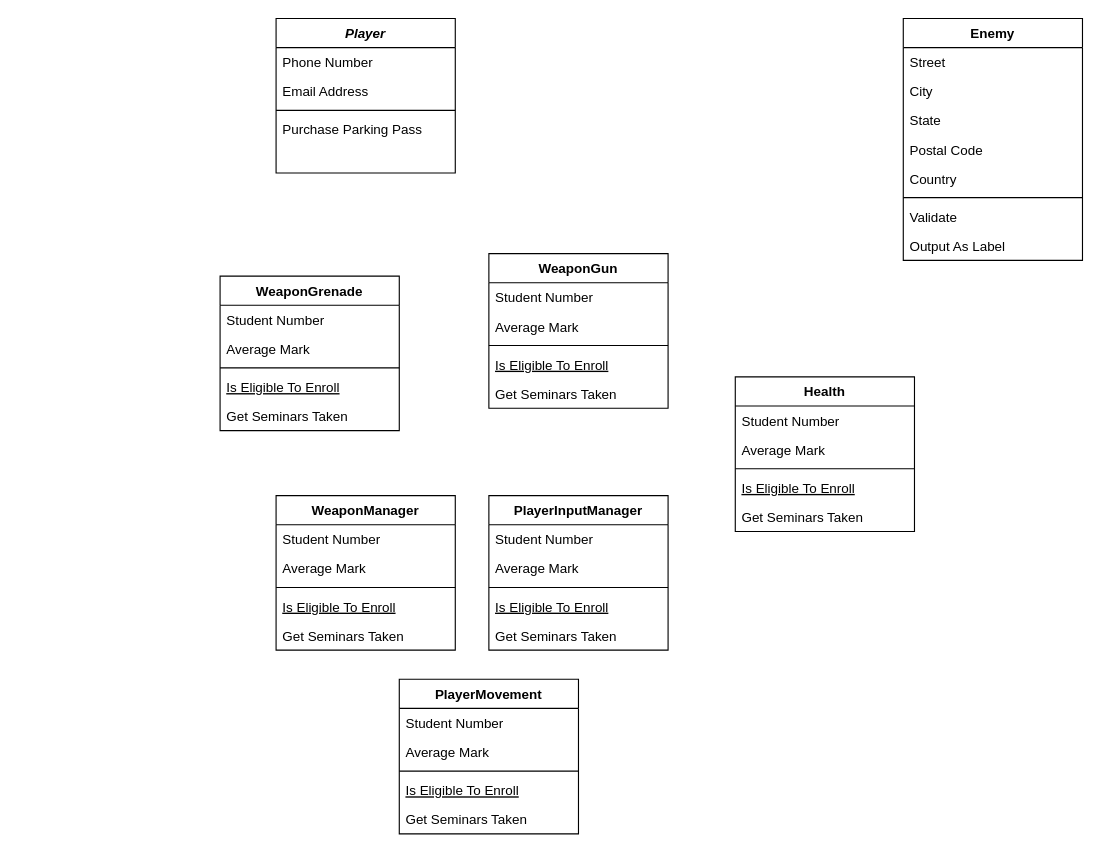
The draw.io diagram Entities.drawio in dana-jadzia/SGD213_Task-2-Wiki, before the edit. Source tidied: cells renumbered, new cells numbered last; positions are measured from the earlier drawing's top-left corner, leaving out a move shared by most shapes. Both pictures are drawn from the tidied source at 112%, with x=0, y=0 at pixel (220, 18).
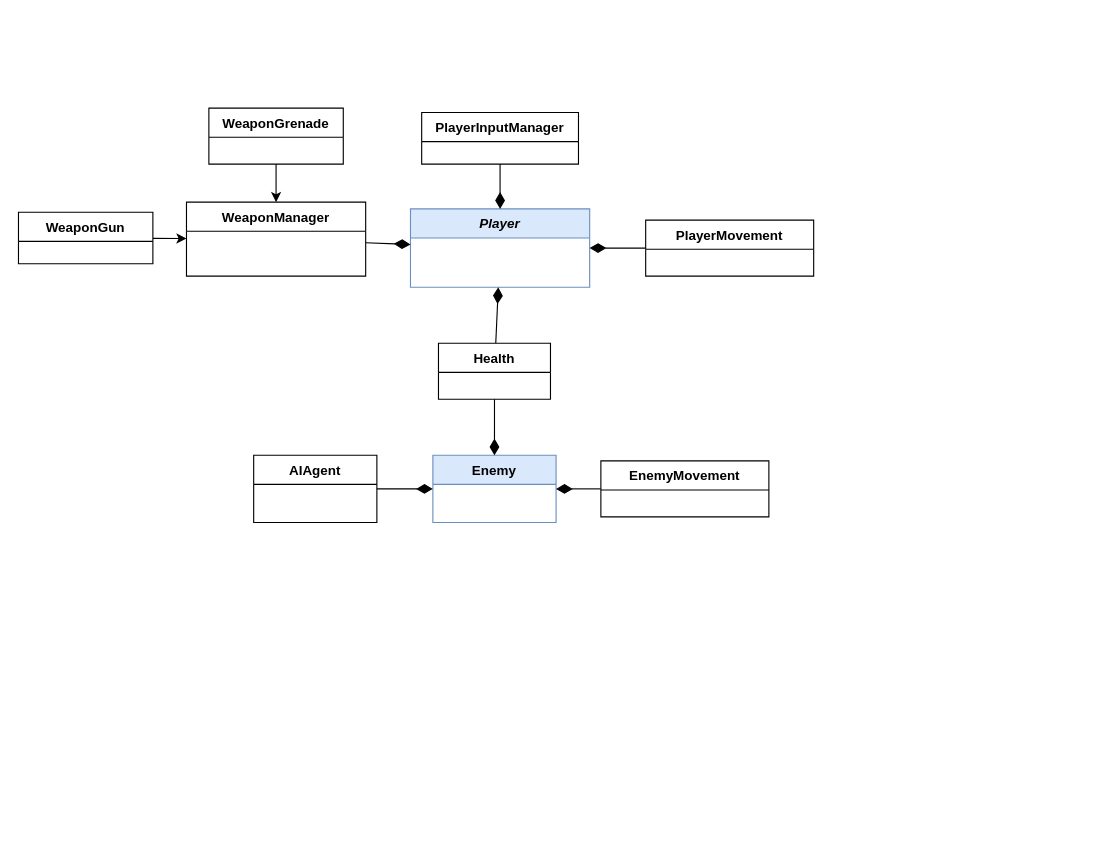
The same diagram, later.

Change to the diagram source:
```diff
@@
-    <mxCell id="2" value="Player" style="swimlane;fontStyle=3;align=center;verticalAlign=top;horizontal=1;startSize=26;rounded=0;shadow=0;strokeWidth=1;" parent="1" vertex="1">
-      <mxGeometry x="50" width="160" height="138" as="geometry" />
+    <mxCell id="2" value="Player" style="swimlane;fontStyle=3;align=center;verticalAlign=top;horizontal=1;startSize=26;rounded=0;shadow=0;strokeWidth=1;fillColor=#dae8fc;strokeColor=#6c8ebf;" parent="1" vertex="1">
+      <mxGeometry x="170" y="170" width="160" height="70" as="geometry" />
     </mxCell>
-    <mxCell id="3" value="Phone Number" style="text;align=left;verticalAlign=top;spacingLeft=4;spacingRight=4;overflow=hidden;rounded=0;shadow=0;html=0;" parent="2" vertex="1">
-      <mxGeometry y="26" width="160" height="26" as="geometry" />
-    </mxCell>
-    <mxCell id="4" value="Email Address" style="text;align=left;verticalAlign=top;spacingLeft=4;spacingRight=4;overflow=hidden;rounded=0;shadow=0;html=0;" parent="2" vertex="1">
-      <mxGeometry y="52" width="160" height="26" as="geometry" />
-    </mxCell>
-    <mxCell id="5" style="line;html=1;strokeWidth=1;align=left;verticalAlign=middle;spacingTop=-1;spacingLeft=3;spacingRight=3;labelPosition=right;" parent="2" vertex="1">
-      <mxGeometry y="78" width="160" height="8" as="geometry" />
-    </mxCell>
-    <mxCell id="6" value="Purchase Parking Pass" style="text;align=left;verticalAlign=top;spacingLeft=4;spacingRight=4;overflow=hidden;" parent="2" vertex="1">
-      <mxGeometry y="86" width="160" height="26" as="geometry" />
-    </mxCell>
+    <mxCell id="13" value="Enemy" style="swimlane;fontStyle=1;align=center;verticalAlign=top;horizontal=1;startSize=26;rounded=0;shadow=0;strokeWidth=1;fillColor=#dae8fc;strokeColor=#6c8ebf;" parent="1" vertex="1">
+      <mxGeometry x="190" y="390" width="110" height="60" as="geometry" />
+    </mxCell>
+    <mxCell id="52" style="edgeStyle=none;shape=connector;rounded=0;jettySize=auto;html=1;strokeColor=default;align=center;verticalAlign=middle;fontFamily=Helvetica;fontSize=11;fontColor=default;labelBackgroundColor=default;endArrow=classic;" parent="1" edge="1" source="22" target="34">
+      <mxGeometry relative="1" as="geometry" />
+    </mxCell>
+    <mxCell id="22" value="WeaponGun" style="swimlane;fontStyle=1;align=center;verticalAlign=top;horizontal=1;startSize=26;rounded=0;shadow=0;strokeWidth=1;" parent="1" vertex="1">
+      <mxGeometry x="-180" y="173" width="120" height="46" as="geometry" />
+    </mxCell>
+    <mxCell id="53" style="edgeStyle=none;shape=connector;rounded=0;jettySize=auto;html=1;strokeColor=default;align=center;verticalAlign=middle;fontFamily=Helvetica;fontSize=11;fontColor=default;labelBackgroundColor=default;endArrow=classic;" parent="1" edge="1" source="28" target="34">
+      <mxGeometry relative="1" as="geometry" />
+    </mxCell>
+    <mxCell id="28" value="WeaponGrenade" style="swimlane;fontStyle=1;align=center;verticalAlign=top;horizontal=1;startSize=26;rounded=0;shadow=0;strokeWidth=1;" parent="1" vertex="1">
+      <mxGeometry x="-10" y="80" width="120" height="50" as="geometry" />
+    </mxCell>
+    <mxCell id="54" style="rounded=0;jettySize=auto;html=1;endArrow=diamondThin;endFill=1;startSize=6;endSize=12;" parent="1" edge="1" source="34" target="2">
+      <mxGeometry relative="1" as="geometry" />
+    </mxCell>
+    <mxCell id="34" value="WeaponManager" style="swimlane;fontStyle=1;align=center;verticalAlign=top;horizontal=1;startSize=26;rounded=0;shadow=0;strokeWidth=1;" parent="1" vertex="1">
+      <mxGeometry x="-30" y="164" width="160" height="66" as="geometry" />
+    </mxCell>
+    <mxCell id="55" style="edgeStyle=none;shape=connector;rounded=0;jettySize=auto;html=1;strokeColor=default;align=center;verticalAlign=middle;fontFamily=Helvetica;fontSize=11;fontColor=default;labelBackgroundColor=default;endArrow=diamondThin;endFill=1;startSize=6;endSize=12;" parent="1" edge="1" source="40" target="2">
+      <mxGeometry relative="1" as="geometry" />
+    </mxCell>
+    <mxCell id="40" value="PlayerInputManager" style="swimlane;fontStyle=1;align=center;verticalAlign=top;horizontal=1;startSize=26;rounded=0;shadow=0;strokeWidth=1;" parent="1" vertex="1">
+      <mxGeometry x="180" y="84" width="140" height="46" as="geometry" />
+    </mxCell>
+    <mxCell id="56" style="edgeStyle=none;shape=connector;rounded=0;jettySize=auto;html=1;strokeColor=default;align=center;verticalAlign=middle;fontFamily=Helvetica;fontSize=11;fontColor=default;labelBackgroundColor=default;endArrow=diamondThin;endFill=1;startSize=6;endSize=12;" parent="1" edge="1" source="46" target="2">
+      <mxGeometry relative="1" as="geometry" />
+    </mxCell>
+    <mxCell id="46" value="PlayerMovement" style="swimlane;fontStyle=1;align=center;verticalAlign=top;horizontal=1;startSize=26;rounded=0;shadow=0;strokeWidth=1;" parent="1" vertex="1">
+      <mxGeometry x="380" y="180" width="150" height="50" as="geometry" />
+    </mxCell>
+    <mxCell id="57" style="edgeStyle=none;shape=connector;rounded=0;jettySize=auto;html=1;strokeColor=default;align=center;verticalAlign=middle;fontFamily=Helvetica;fontSize=11;fontColor=default;labelBackgroundColor=default;endArrow=diamondThin;endFill=1;startSize=6;endSize=12;" parent="1" edge="1" source="7" target="2">
+      <mxGeometry relative="1" as="geometry" />
+    </mxCell>
+    <mxCell id="58" style="edgeStyle=none;shape=connector;rounded=0;jettySize=auto;html=1;strokeColor=default;align=center;verticalAlign=middle;fontFamily=Helvetica;fontSize=11;fontColor=default;labelBackgroundColor=default;endArrow=diamondThin;endFill=1;startSize=6;endSize=12;" parent="1" edge="1" source="7" target="13">
+      <mxGeometry relative="1" as="geometry" />
+    </mxCell>
     <mxCell id="7" value="Health" style="swimlane;fontStyle=1;align=center;verticalAlign=top;horizontal=1;startSize=26;rounded=0;shadow=0;strokeWidth=1;" parent="1" vertex="1">
-      <mxGeometry x="460" y="320" width="160" height="138" as="geometry" />
+      <mxGeometry x="195" y="290" width="100" height="50" as="geometry" />
     </mxCell>
-    <mxCell id="8" value="Student Number" style="text;align=left;verticalAlign=top;spacingLeft=4;spacingRight=4;overflow=hidden;" parent="7" vertex="1">
-      <mxGeometry y="26" width="160" height="26" as="geometry" />
-    </mxCell>
-    <mxCell id="9" value="Average Mark" style="text;align=left;verticalAlign=top;spacingLeft=4;spacingRight=4;overflow=hidden;rounded=0;shadow=0;html=0;" parent="7" vertex="1">
-      <mxGeometry y="52" width="160" height="26" as="geometry" />
-    </mxCell>
-    <mxCell id="10" style="line;html=1;strokeWidth=1;align=left;verticalAlign=middle;spacingTop=-1;spacingLeft=3;spacingRight=3;labelPosition=right;" parent="7" vertex="1">
-      <mxGeometry y="78" width="160" height="8" as="geometry" />
-    </mxCell>
-    <mxCell id="11" value="Is Eligible To Enroll" style="text;align=left;verticalAlign=top;spacingLeft=4;spacingRight=4;overflow=hidden;fontStyle=4;" parent="7" vertex="1">
-      <mxGeometry y="86" width="160" height="26" as="geometry" />
-    </mxCell>
-    <mxCell id="12" value="Get Seminars Taken" style="text;align=left;verticalAlign=top;spacingLeft=4;spacingRight=4;overflow=hidden;" parent="7" vertex="1">
-      <mxGeometry y="112" width="160" height="26" as="geometry" />
-    </mxCell>
-    <mxCell id="13" value="Enemy" style="swimlane;fontStyle=1;align=center;verticalAlign=top;horizontal=1;startSize=26;rounded=0;shadow=0;strokeWidth=1;" parent="1" vertex="1">
-      <mxGeometry x="610" width="160" height="216" as="geometry" />
-    </mxCell>
-    <mxCell id="14" value="Street" style="text;align=left;verticalAlign=top;spacingLeft=4;spacingRight=4;overflow=hidden;" parent="13" vertex="1">
-      <mxGeometry y="26" width="160" height="26" as="geometry" />
-    </mxCell>
-    <mxCell id="15" value="City" style="text;align=left;verticalAlign=top;spacingLeft=4;spacingRight=4;overflow=hidden;rounded=0;shadow=0;html=0;" parent="13" vertex="1">
-      <mxGeometry y="52" width="160" height="26" as="geometry" />
-    </mxCell>
-    <mxCell id="16" value="State" style="text;align=left;verticalAlign=top;spacingLeft=4;spacingRight=4;overflow=hidden;rounded=0;shadow=0;html=0;" parent="13" vertex="1">
-      <mxGeometry y="78" width="160" height="26" as="geometry" />
-    </mxCell>
-    <mxCell id="17" value="Postal Code" style="text;align=left;verticalAlign=top;spacingLeft=4;spacingRight=4;overflow=hidden;rounded=0;shadow=0;html=0;" parent="13" vertex="1">
-      <mxGeometry y="104" width="160" height="26" as="geometry" />
-    </mxCell>
-    <mxCell id="18" value="Country" style="text;align=left;verticalAlign=top;spacingLeft=4;spacingRight=4;overflow=hidden;rounded=0;shadow=0;html=0;" parent="13" vertex="1">
-      <mxGeometry y="130" width="160" height="26" as="geometry" />
-    </mxCell>
-    <mxCell id="19" style="line;html=1;strokeWidth=1;align=left;verticalAlign=middle;spacingTop=-1;spacingLeft=3;spacingRight=3;labelPosition=right;" parent="13" vertex="1">
-      <mxGeometry y="156" width="160" height="8" as="geometry" />
-    </mxCell>
-    <mxCell id="20" value="Validate" style="text;align=left;verticalAlign=top;spacingLeft=4;spacingRight=4;overflow=hidden;" parent="13" vertex="1">
-      <mxGeometry y="164" width="160" height="26" as="geometry" />
-    </mxCell>
-    <mxCell id="21" value="Output As Label" style="text;align=left;verticalAlign=top;spacingLeft=4;spacingRight=4;overflow=hidden;" parent="13" vertex="1">
-      <mxGeometry y="190" width="160" height="26" as="geometry" />
-    </mxCell>
-    <mxCell id="22" value="WeaponGun" style="swimlane;fontStyle=1;align=center;verticalAlign=top;horizontal=1;startSize=26;rounded=0;shadow=0;strokeWidth=1;" parent="1" vertex="1">
-      <mxGeometry x="240" y="210" width="160" height="138" as="geometry" />
-    </mxCell>
-    <mxCell id="23" value="Student Number" style="text;align=left;verticalAlign=top;spacingLeft=4;spacingRight=4;overflow=hidden;" parent="22" vertex="1">
-      <mxGeometry y="26" width="160" height="26" as="geometry" />
-    </mxCell>
-    <mxCell id="24" value="Average Mark" style="text;align=left;verticalAlign=top;spacingLeft=4;spacingRight=4;overflow=hidden;rounded=0;shadow=0;html=0;" parent="22" vertex="1">
-      <mxGeometry y="52" width="160" height="26" as="geometry" />
-    </mxCell>
-    <mxCell id="25" style="line;html=1;strokeWidth=1;align=left;verticalAlign=middle;spacingTop=-1;spacingLeft=3;spacingRight=3;labelPosition=right;" parent="22" vertex="1">
-      <mxGeometry y="78" width="160" height="8" as="geometry" />
-    </mxCell>
-    <mxCell id="26" value="Is Eligible To Enroll" style="text;align=left;verticalAlign=top;spacingLeft=4;spacingRight=4;overflow=hidden;fontStyle=4;" parent="22" vertex="1">
-      <mxGeometry y="86" width="160" height="26" as="geometry" />
-    </mxCell>
-    <mxCell id="27" value="Get Seminars Taken" style="text;align=left;verticalAlign=top;spacingLeft=4;spacingRight=4;overflow=hidden;" parent="22" vertex="1">
-      <mxGeometry y="112" width="160" height="26" as="geometry" />
-    </mxCell>
-    <mxCell id="28" value="WeaponGrenade" style="swimlane;fontStyle=1;align=center;verticalAlign=top;horizontal=1;startSize=26;rounded=0;shadow=0;strokeWidth=1;" parent="1" vertex="1">
-      <mxGeometry y="230" width="160" height="138" as="geometry" />
-    </mxCell>
-    <mxCell id="29" value="Student Number" style="text;align=left;verticalAlign=top;spacingLeft=4;spacingRight=4;overflow=hidden;" parent="28" vertex="1">
-      <mxGeometry y="26" width="160" height="26" as="geometry" />
-    </mxCell>
-    <mxCell id="30" value="Average Mark" style="text;align=left;verticalAlign=top;spacingLeft=4;spacingRight=4;overflow=hidden;rounded=0;shadow=0;html=0;" parent="28" vertex="1">
-      <mxGeometry y="52" width="160" height="26" as="geometry" />
-    </mxCell>
-    <mxCell id="31" style="line;html=1;strokeWidth=1;align=left;verticalAlign=middle;spacingTop=-1;spacingLeft=3;spacingRight=3;labelPosition=right;" parent="28" vertex="1">
-      <mxGeometry y="78" width="160" height="8" as="geometry" />
-    </mxCell>
-    <mxCell id="32" value="Is Eligible To Enroll" style="text;align=left;verticalAlign=top;spacingLeft=4;spacingRight=4;overflow=hidden;fontStyle=4;" parent="28" vertex="1">
-      <mxGeometry y="86" width="160" height="26" as="geometry" />
-    </mxCell>
-    <mxCell id="33" value="Get Seminars Taken" style="text;align=left;verticalAlign=top;spacingLeft=4;spacingRight=4;overflow=hidden;" parent="28" vertex="1">
-      <mxGeometry y="112" width="160" height="26" as="geometry" />
-    </mxCell>
-    <mxCell id="34" value="WeaponManager" style="swimlane;fontStyle=1;align=center;verticalAlign=top;horizontal=1;startSize=26;rounded=0;shadow=0;strokeWidth=1;" parent="1" vertex="1">
-      <mxGeometry x="50" y="426" width="160" height="138" as="geometry" />
-    </mxCell>
-    <mxCell id="35" value="Student Number" style="text;align=left;verticalAlign=top;spacingLeft=4;spacingRight=4;overflow=hidden;" parent="34" vertex="1">
-      <mxGeometry y="26" width="160" height="26" as="geometry" />
-    </mxCell>
-    <mxCell id="36" value="Average Mark" style="text;align=left;verticalAlign=top;spacingLeft=4;spacingRight=4;overflow=hidden;rounded=0;shadow=0;html=0;" parent="34" vertex="1">
-      <mxGeometry y="52" width="160" height="26" as="geometry" />
-    </mxCell>
-    <mxCell id="37" style="line;html=1;strokeWidth=1;align=left;verticalAlign=middle;spacingTop=-1;spacingLeft=3;spacingRight=3;labelPosition=right;" parent="34" vertex="1">
-      <mxGeometry y="78" width="160" height="8" as="geometry" />
-    </mxCell>
-    <mxCell id="38" value="Is Eligible To Enroll" style="text;align=left;verticalAlign=top;spacingLeft=4;spacingRight=4;overflow=hidden;fontStyle=4;" parent="34" vertex="1">
-      <mxGeometry y="86" width="160" height="26" as="geometry" />
-    </mxCell>
-    <mxCell id="39" value="Get Seminars Taken" style="text;align=left;verticalAlign=top;spacingLeft=4;spacingRight=4;overflow=hidden;" parent="34" vertex="1">
-      <mxGeometry y="112" width="160" height="26" as="geometry" />
-    </mxCell>
-    <mxCell id="40" value="PlayerInputManager" style="swimlane;fontStyle=1;align=center;verticalAlign=top;horizontal=1;startSize=26;rounded=0;shadow=0;strokeWidth=1;" parent="1" vertex="1">
-      <mxGeometry x="240" y="426" width="160" height="138" as="geometry" />
-    </mxCell>
-    <mxCell id="41" value="Student Number" style="text;align=left;verticalAlign=top;spacingLeft=4;spacingRight=4;overflow=hidden;" parent="40" vertex="1">
-      <mxGeometry y="26" width="160" height="26" as="geometry" />
-    </mxCell>
-    <mxCell id="42" value="Average Mark" style="text;align=left;verticalAlign=top;spacingLeft=4;spacingRight=4;overflow=hidden;rounded=0;shadow=0;html=0;" parent="40" vertex="1">
-      <mxGeometry y="52" width="160" height="26" as="geometry" />
-    </mxCell>
-    <mxCell id="43" style="line;html=1;strokeWidth=1;align=left;verticalAlign=middle;spacingTop=-1;spacingLeft=3;spacingRight=3;labelPosition=right;" parent="40" vertex="1">
-      <mxGeometry y="78" width="160" height="8" as="geometry" />
-    </mxCell>
-    <mxCell id="44" value="Is Eligible To Enroll" style="text;align=left;verticalAlign=top;spacingLeft=4;spacingRight=4;overflow=hidden;fontStyle=4;" parent="40" vertex="1">
-      <mxGeometry y="86" width="160" height="26" as="geometry" />
-    </mxCell>
-    <mxCell id="45" value="Get Seminars Taken" style="text;align=left;verticalAlign=top;spacingLeft=4;spacingRight=4;overflow=hidden;" parent="40" vertex="1">
-      <mxGeometry y="112" width="160" height="26" as="geometry" />
-    </mxCell>
-    <mxCell id="46" value="PlayerMovement" style="swimlane;fontStyle=1;align=center;verticalAlign=top;horizontal=1;startSize=26;rounded=0;shadow=0;strokeWidth=1;" parent="1" vertex="1">
-      <mxGeometry x="160" y="590" width="160" height="138" as="geometry" />
-    </mxCell>
-    <mxCell id="47" value="Student Number" style="text;align=left;verticalAlign=top;spacingLeft=4;spacingRight=4;overflow=hidden;" parent="46" vertex="1">
-      <mxGeometry y="26" width="160" height="26" as="geometry" />
-    </mxCell>
-    <mxCell id="48" value="Average Mark" style="text;align=left;verticalAlign=top;spacingLeft=4;spacingRight=4;overflow=hidden;rounded=0;shadow=0;html=0;" parent="46" vertex="1">
-      <mxGeometry y="52" width="160" height="26" as="geometry" />
-    </mxCell>
-    <mxCell id="49" style="line;html=1;strokeWidth=1;align=left;verticalAlign=middle;spacingTop=-1;spacingLeft=3;spacingRight=3;labelPosition=right;" parent="46" vertex="1">
-      <mxGeometry y="78" width="160" height="8" as="geometry" />
-    </mxCell>
-    <mxCell id="50" value="Is Eligible To Enroll" style="text;align=left;verticalAlign=top;spacingLeft=4;spacingRight=4;overflow=hidden;fontStyle=4;" parent="46" vertex="1">
-      <mxGeometry y="86" width="160" height="26" as="geometry" />
-    </mxCell>
-    <mxCell id="51" value="Get Seminars Taken" style="text;align=left;verticalAlign=top;spacingLeft=4;spacingRight=4;overflow=hidden;" parent="46" vertex="1">
-      <mxGeometry y="112" width="160" height="26" as="geometry" />
-    </mxCell>
+    <mxCell id="59" style="edgeStyle=none;shape=connector;rounded=0;jettySize=auto;html=1;strokeColor=default;align=center;verticalAlign=middle;fontFamily=Helvetica;fontSize=11;fontColor=default;labelBackgroundColor=default;endArrow=diamondThin;endFill=1;startSize=6;endSize=12;" parent="1" edge="1" source="60" target="13">
+      <mxGeometry relative="1" as="geometry" />
+    </mxCell>
+    <mxCell id="60" value="AIAgent" style="swimlane;fontStyle=1;align=center;verticalAlign=top;horizontal=1;startSize=26;rounded=0;shadow=0;strokeWidth=1;" parent="1" vertex="1">
+      <mxGeometry x="30" y="390" width="110" height="60" as="geometry" />
+    </mxCell>
+    <mxCell id="61" style="edgeStyle=none;shape=connector;rounded=0;jettySize=auto;html=1;strokeColor=default;align=center;verticalAlign=middle;fontFamily=Helvetica;fontSize=11;fontColor=default;labelBackgroundColor=default;endArrow=diamondThin;endFill=1;startSize=6;endSize=12;" parent="1" edge="1" source="62" target="13">
+      <mxGeometry relative="1" as="geometry" />
+    </mxCell>
+    <mxCell id="62" value="EnemyMovement" style="swimlane;fontStyle=1;align=center;verticalAlign=top;horizontal=1;startSize=26;rounded=0;shadow=0;strokeWidth=1;" parent="1" vertex="1">
+      <mxGeometry x="340" y="395" width="150" height="50" as="geometry" />
+    </mxCell>
```
